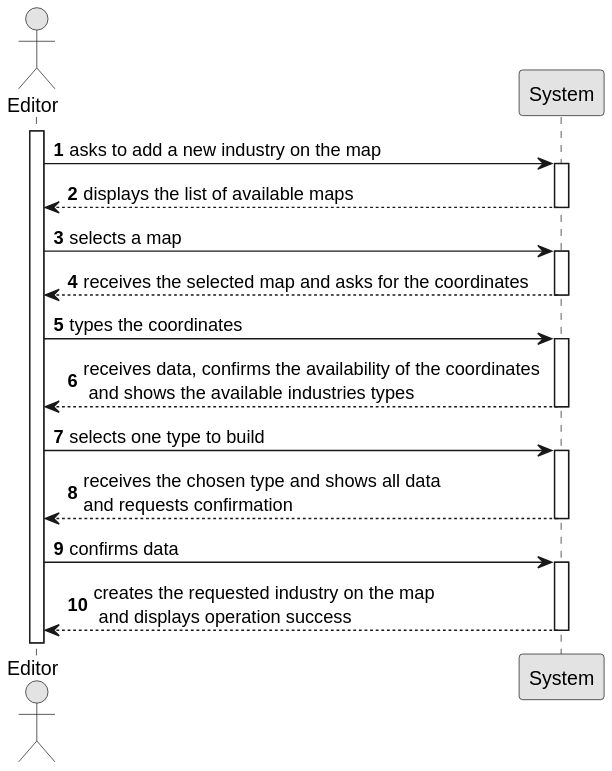
1240935/pi2-railway-simulator keeps this PlantUML diagram as Sprint2/US002/01.requirements-engineering/svg/US002-SSD.svg. Above is the earlier version.
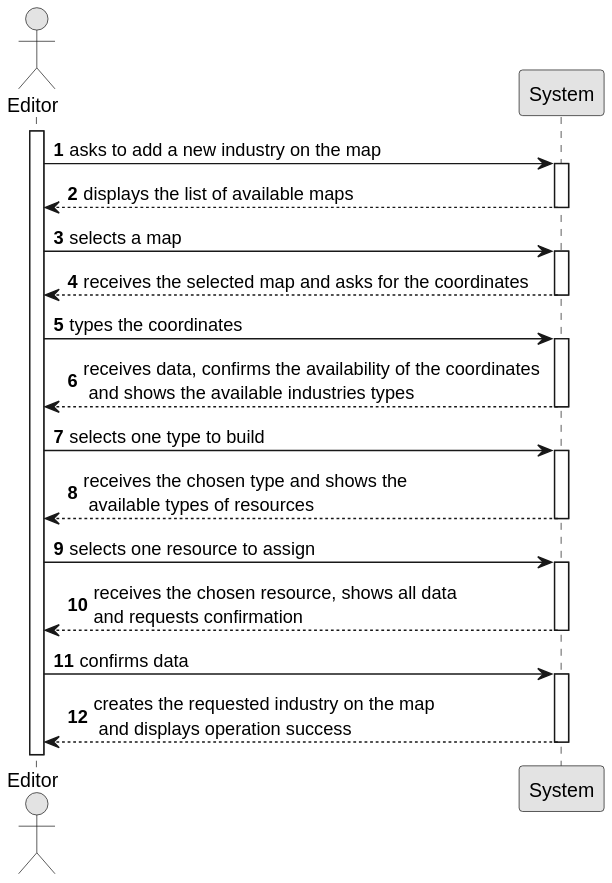
After the commit.

The edit, as a diff of the source:
```diff
@@ -31,7 +31,13 @@
     Employee -> System :selects one type to build
     activate System
 
-        System --> Employee : receives the chosen type and shows all data \nand requests confirmation
+        System --> Employee : receives the chosen type and shows the \n available types of resources
+    deactivate System
+
+    Employee  -> System : selects one resource to assign
+    activate System
+
+    System --> Employee : receives the chosen resource, shows all data \nand requests confirmation
     deactivate System
 
     Employee -> System : confirms data
```
